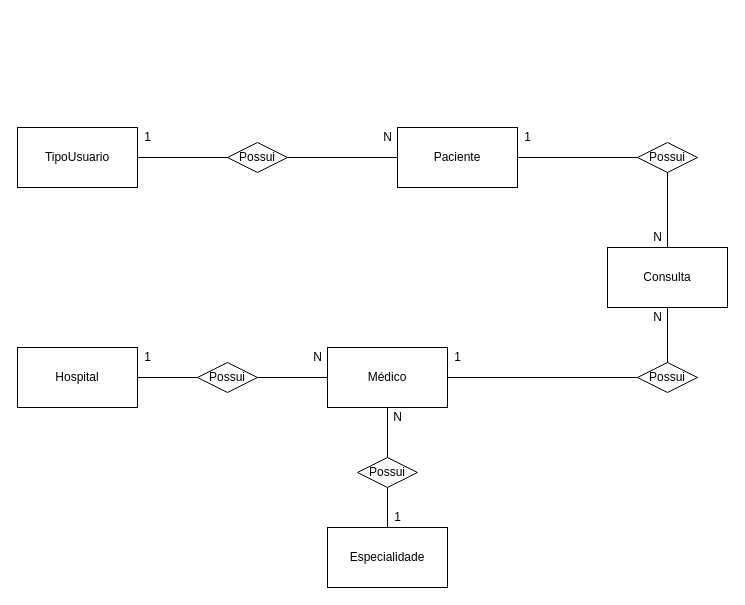
Before: page "Conceitual" (1 of 2) of Modelagem/SpMedGroup.drawio in MBrazz/Senai_SpMedGroup_Sprint1_BD_Tarde_MateusBraz, a draw.io diagram. Source tidied: cells renumbered, new cells numbered last; positions are measured from the earlier drawing's top-left corner, leaving out a move shared by most shapes. Both pictures are drawn from the tidied source at 100%, with x=0, y=0 at pixel (17, 127).
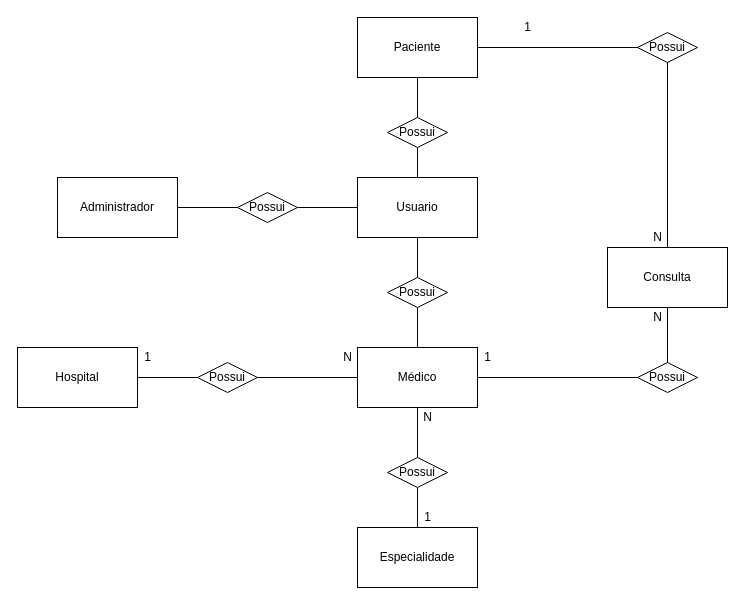
After the change.

The edit, as a diff of the source:
```diff
@@
+    <mxCell id="31" style="edgeStyle=orthogonalEdgeStyle;rounded=0;jettySize=auto;html=1;entryX=0.5;entryY=1;entryDx=0;entryDy=0;endArrow=none;endFill=0;" parent="1" edge="1" source="3" target="39">
+      <mxGeometry relative="1" as="geometry" />
+    </mxCell>
     <mxCell id="3" value="Médico" style="rounded=0;whiteSpace=wrap;html=1;" parent="1" vertex="1">
-      <mxGeometry x="310" y="220" width="120" height="60" as="geometry" />
+      <mxGeometry x="340" y="220" width="120" height="60" as="geometry" />
     </mxCell>
@@
     <mxCell id="5" value="Especialidade" style="rounded=0;whiteSpace=wrap;html=1;" parent="1" vertex="1">
-      <mxGeometry x="310" y="400" width="120" height="60" as="geometry" />
+      <mxGeometry x="340" y="400" width="120" height="60" as="geometry" />
     </mxCell>
@@
     <mxCell id="7" value="Paciente" style="rounded=0;whiteSpace=wrap;html=1;" parent="1" vertex="1">
-      <mxGeometry x="380" width="120" height="60" as="geometry" />
+      <mxGeometry x="340" y="-110" width="120" height="60" as="geometry" />
     </mxCell>
@@
+    <mxCell id="32" style="edgeStyle=orthogonalEdgeStyle;rounded=0;jettySize=auto;html=1;entryX=0.5;entryY=1;entryDx=0;entryDy=0;endArrow=none;endFill=0;" parent="1" edge="1" source="9" target="41">
+      <mxGeometry relative="1" as="geometry" />
+    </mxCell>
+    <mxCell id="33" style="edgeStyle=orthogonalEdgeStyle;rounded=0;jettySize=auto;html=1;endArrow=none;endFill=0;" parent="1" edge="1" source="9" target="39">
+      <mxGeometry relative="1" as="geometry" />
+    </mxCell>
-    <mxCell id="9" value="TipoUsuario" style="rounded=0;whiteSpace=wrap;html=1;" parent="1" vertex="1">
-      <mxGeometry width="120" height="60" as="geometry" />
+    <mxCell id="9" value="Usuario" style="rounded=0;whiteSpace=wrap;html=1;" parent="1" vertex="1">
+      <mxGeometry x="340" y="50" width="120" height="60" as="geometry" />
     </mxCell>
-    <mxCell id="10" value="1" style="text;html=1;align=center;verticalAlign=middle;" parent="1" vertex="1">
-      <mxGeometry x="120" width="20" height="20" as="geometry" />
-    </mxCell>
@@
-    <mxCell id="13" value="N" style="text;html=1;align=center;verticalAlign=middle;" parent="1" vertex="1">
-      <mxGeometry x="360" width="20" height="20" as="geometry" />
-    </mxCell>
     <mxCell id="14" value="1" style="text;html=1;align=center;verticalAlign=middle;" parent="1" vertex="1">
-      <mxGeometry x="500" width="20" height="20" as="geometry" />
+      <mxGeometry x="500" y="-110" width="20" height="20" as="geometry" />
     </mxCell>
@@
     <mxCell id="17" value="1" style="text;html=1;align=center;verticalAlign=middle;" parent="1" vertex="1">
-      <mxGeometry x="370" y="380" width="20" height="20" as="geometry" />
+      <mxGeometry x="400" y="380" width="20" height="20" as="geometry" />
     </mxCell>
     <mxCell id="18" value="N" style="text;html=1;align=center;verticalAlign=middle;" parent="1" vertex="1">
-      <mxGeometry x="290" y="220" width="20" height="20" as="geometry" />
+      <mxGeometry x="320" y="220" width="20" height="20" as="geometry" />
     </mxCell>
     <mxCell id="19" value="1" style="text;html=1;align=center;verticalAlign=middle;" parent="1" vertex="1">
-      <mxGeometry x="430" y="220" width="20" height="20" as="geometry" />
+      <mxGeometry x="460" y="220" width="20" height="20" as="geometry" />
     </mxCell>
@@
-    <mxCell id="21" style="edgeStyle=orthogonalEdgeStyle;rounded=0;jettySize=auto;html=1;entryX=0;entryY=0.5;entryDx=0;entryDy=0;endArrow=none;endFill=0;" parent="1" edge="1" source="22" target="7">
-      <mxGeometry relative="1" as="geometry" />
-    </mxCell>
-    <mxCell id="22" value="Possui" style="rhombus;whiteSpace=wrap;html=1;" parent="1" vertex="1">
-      <mxGeometry x="210" y="15" width="60" height="30" as="geometry" />
-    </mxCell>
-    <mxCell id="23" style="edgeStyle=orthogonalEdgeStyle;rounded=0;jettySize=auto;html=1;endArrow=none;endFill=0;" parent="1" edge="1" source="9" target="22">
-      <mxGeometry relative="1" as="geometry" />
-    </mxCell>
     <mxCell id="24" value="Possui" style="rhombus;whiteSpace=wrap;html=1;" parent="1" vertex="1">
-      <mxGeometry x="620" y="15" width="60" height="30" as="geometry" />
+      <mxGeometry x="620" y="-95" width="60" height="30" as="geometry" />
     </mxCell>
@@
     <mxCell id="29" value="Possui" style="rhombus;whiteSpace=wrap;html=1;" parent="1" vertex="1">
-      <mxGeometry x="340" y="330" width="60" height="30" as="geometry" />
+      <mxGeometry x="370" y="330" width="60" height="30" as="geometry" />
     </mxCell>
     <mxCell id="30" value="N" style="text;html=1;align=center;verticalAlign=middle;" parent="1" vertex="1">
-      <mxGeometry x="370" y="280" width="20" height="20" as="geometry" />
+      <mxGeometry x="400" y="280" width="20" height="20" as="geometry" />
     </mxCell>
+    <mxCell id="34" style="edgeStyle=orthogonalEdgeStyle;rounded=0;jettySize=auto;html=1;endArrow=none;endFill=0;" parent="1" edge="1" source="35">
+      <mxGeometry relative="1" as="geometry">
+        <mxPoint x="210" y="80" as="targetPoint" />
+      </mxGeometry>
+    </mxCell>
+    <mxCell id="35" value="Administrador" style="rounded=0;whiteSpace=wrap;html=1;" parent="1" vertex="1">
+      <mxGeometry x="40" y="50" width="120" height="60" as="geometry" />
+    </mxCell>
+    <mxCell id="36" style="edgeStyle=orthogonalEdgeStyle;rounded=0;jettySize=auto;html=1;entryX=0;entryY=0.5;entryDx=0;entryDy=0;endArrow=none;endFill=0;" parent="1" edge="1" source="38" target="9">
+      <mxGeometry relative="1" as="geometry" />
+    </mxCell>
+    <mxCell id="37" style="edgeStyle=orthogonalEdgeStyle;rounded=0;jettySize=auto;html=1;endArrow=none;endFill=0;" parent="1" edge="1" source="38" target="35">
+      <mxGeometry relative="1" as="geometry" />
+    </mxCell>
+    <mxCell id="38" value="Possui" style="rhombus;whiteSpace=wrap;html=1;" parent="1" vertex="1">
+      <mxGeometry x="220" y="65" width="60" height="30" as="geometry" />
+    </mxCell>
+    <mxCell id="39" value="Possui" style="rhombus;whiteSpace=wrap;html=1;" parent="1" vertex="1">
+      <mxGeometry x="370" y="150" width="60" height="30" as="geometry" />
+    </mxCell>
+    <mxCell id="40" style="edgeStyle=orthogonalEdgeStyle;rounded=0;jettySize=auto;html=1;entryX=0.5;entryY=1;entryDx=0;entryDy=0;endArrow=none;endFill=0;" parent="1" edge="1" source="41" target="7">
+      <mxGeometry relative="1" as="geometry" />
+    </mxCell>
+    <mxCell id="41" value="Possui" style="rhombus;whiteSpace=wrap;html=1;" parent="1" vertex="1">
+      <mxGeometry x="370" y="-10" width="60" height="30" as="geometry" />
+    </mxCell>
```
